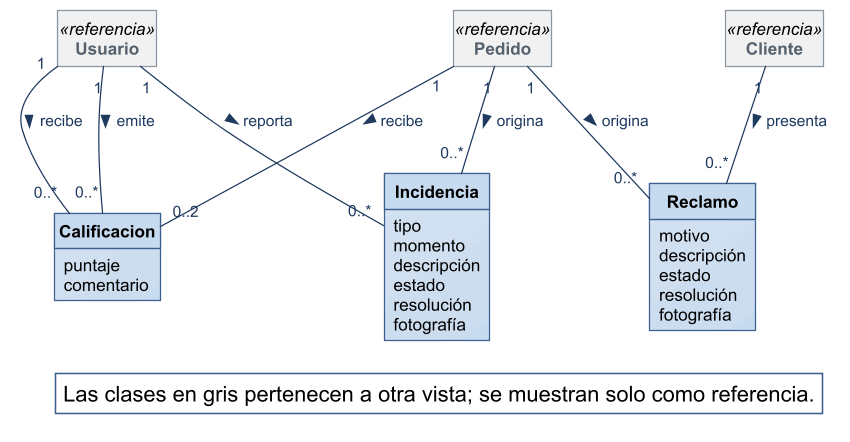
Above: diagramas/modelo-conceptual/MC_Posventa.png in Nahuelito-Dev/splg-docs (PlantUML), before the change.
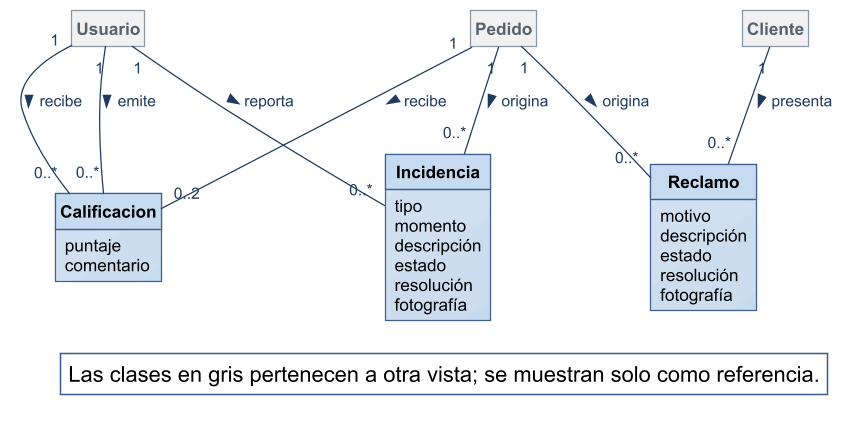
After the change.

The edit, as a diff of the source:
```diff
@@ -2,11 +2,6 @@
 !include ../estilo-vp.iuml
 skinparam nodesep 40
 skinparam ranksep 55
-skinparam class<<referencia>> {
-  BackgroundColor #F1F1F1
-  BorderColor #8A97A3
-  FontColor #55616C
-}
 skinparam packageStyle rectangle
 hide circle
 hide methods
@@ -31,9 +26,9 @@
   resolución
   fotografía
 }
-class Usuario <<referencia>>
-class Pedido <<referencia>>
-class Cliente <<referencia>>
+class Usuario #F1F1F1;line:8A97A3;text:55616C
+class Pedido #F1F1F1;line:8A97A3;text:55616C
+class Cliente #F1F1F1;line:8A97A3;text:55616C
 
 
 Pedido "1" -- "0..*" Reclamo : origina >
```
